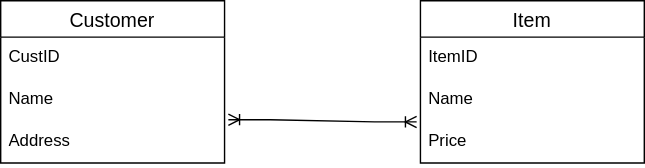
brendanpshea/database_sql keeps this draw.io diagram as images/Wed_Crow_Simple.svg. Above is the earlier version. Source tidied: cells renumbered, new cells last; positions are measured from the earlier drawing's top-left corner, leaving out a move shared by most shapes.
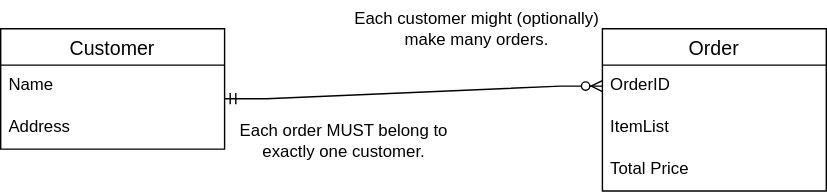
Later version of the same file.

The edit, as a diff of the source:
```diff
@@ -3,31 +3,36 @@
     <mxCell id="0" />
     <mxCell id="1" parent="0" />
     <mxCell id="2" value="Customer" style="swimlane;fontStyle=0;horizontal=1;startSize=26;align=center;fontSize=14;" parent="1" vertex="1">
-      <mxGeometry width="160" height="116" as="geometry" />
+      <mxGeometry x="-180" width="160" height="86" as="geometry" />
     </mxCell>
-    <mxCell id="3" value="CustID" style="text;strokeColor=none;fillColor=none;spacingLeft=4;spacingRight=4;overflow=hidden;fontSize=12;whiteSpace=wrap;html=1;" parent="2" vertex="1">
-      <mxGeometry y="26" width="160" height="30" as="geometry" />
-    </mxCell>
     <mxCell id="4" value="Name" style="text;strokeColor=none;fillColor=none;spacingLeft=4;spacingRight=4;overflow=hidden;fontSize=12;whiteSpace=wrap;html=1;" parent="2" vertex="1">
-      <mxGeometry y="56" width="160" height="30" as="geometry" />
+      <mxGeometry y="26" width="160" height="30" as="geometry" />
     </mxCell>
+    <mxCell id="11" style="edgeStyle=entityRelationEdgeStyle;fontSize=12;html=1;endArrow=ERzeroToMany;startArrow=ERmandOne;rounded=0;entryX=0;entryY=0.5;entryDx=0;entryDy=0;" parent="2" edge="1" target="8">
+      <mxGeometry relative="1" as="geometry">
+        <mxPoint x="160" y="50" as="sourcePoint" />
+      </mxGeometry>
+    </mxCell>
     <mxCell id="5" value="Address" style="text;strokeColor=none;fillColor=none;spacingLeft=4;spacingRight=4;overflow=hidden;points=[[0,0.5],[1,0.5]];portConstraint=eastwest;fontSize=12;whiteSpace=wrap;html=1;" parent="2" vertex="1">
-      <mxGeometry y="86" width="160" height="30" as="geometry" />
+      <mxGeometry y="56" width="160" height="30" as="geometry" />
     </mxCell>
-    <mxCell id="6" value="Item" style="swimlane;fontStyle=0;horizontal=1;startSize=26;align=center;fontSize=14;" parent="1" vertex="1">
-      <mxGeometry x="300" width="160" height="116" as="geometry" />
+    <mxCell id="6" value="Order" style="swimlane;fontStyle=0;horizontal=1;startSize=26;align=center;fontSize=14;" parent="1" vertex="1">
+      <mxGeometry x="250" width="160" height="116" as="geometry" />
     </mxCell>
-    <mxCell id="7" value="ItemID" style="text;strokeColor=none;fillColor=none;spacingLeft=4;spacingRight=4;overflow=hidden;fontSize=12;whiteSpace=wrap;html=1;" parent="6" vertex="1">
-      <mxGeometry y="26" width="160" height="30" as="geometry" />
-    </mxCell>
-    <mxCell id="8" value="Name" style="text;strokeColor=none;fillColor=none;spacingLeft=4;spacingRight=4;overflow=hidden;points=[[0,0.5],[1,0.5]];portConstraint=eastwest;fontSize=12;whiteSpace=wrap;html=1;" parent="6" vertex="1">
-      <mxGeometry y="56" width="160" height="30" as="geometry" />
+    <mxCell id="8" value="OrderID" style="text;strokeColor=none;fillColor=none;spacingLeft=4;spacingRight=4;overflow=hidden;points=[[0,0.5],[1,0.5]];portConstraint=eastwest;fontSize=12;whiteSpace=wrap;html=1;" parent="6" vertex="1">
+      <mxGeometry y="26" width="160" height="30" as="geometry" />
     </mxCell>
-    <mxCell id="9" value="Price" style="text;strokeColor=none;fillColor=none;spacingLeft=4;spacingRight=4;overflow=hidden;points=[[0,0.5],[1,0.5]];portConstraint=eastwest;fontSize=12;whiteSpace=wrap;html=1;" parent="6" vertex="1">
-      <mxGeometry y="86" width="160" height="30" as="geometry" />
+    <mxCell id="9" value="ItemList" style="text;strokeColor=none;fillColor=none;spacingLeft=4;spacingRight=4;overflow=hidden;points=[[0,0.5],[1,0.5]];portConstraint=eastwest;fontSize=12;whiteSpace=wrap;html=1;" parent="6" vertex="1">
+      <mxGeometry y="56" width="160" height="30" as="geometry" />
     </mxCell>
-    <mxCell id="10" style="edgeStyle=entityRelationEdgeStyle;fontSize=12;html=1;endArrow=ERoneToMany;startArrow=ERoneToMany;rounded=0;entryX=-0.017;entryY=0.02;entryDx=0;entryDy=0;entryPerimeter=0;exitX=1.017;exitY=-0.033;exitDx=0;exitDy=0;exitPerimeter=0;" parent="1" edge="1" source="5" target="9">
-      <mxGeometry relative="1" as="geometry" />
-    </mxCell>
+    <mxCell id="12" value="Total Price" style="text;strokeColor=none;fillColor=none;spacingLeft=4;spacingRight=4;overflow=hidden;fontSize=12;whiteSpace=wrap;html=1;" parent="6" vertex="1">
+      <mxGeometry y="86" width="160" height="30" as="geometry" />
+    </mxCell>
+    <mxCell id="13" value="Each customer might (optionally) &lt;br&gt;make many orders." style="text;html=1;align=center;verticalAlign=middle;strokeColor=none;fillColor=none;" parent="1" vertex="1">
+      <mxGeometry x="60" y="-20" width="200" height="40" as="geometry" />
+    </mxCell>
+    <mxCell id="14" value="Each order MUST belong to &lt;br&gt;exactly one customer." style="text;html=1;align=center;verticalAlign=middle;strokeColor=none;fillColor=none;" parent="1" vertex="1">
+      <mxGeometry x="-20" y="60" width="170" height="40" as="geometry" />
+    </mxCell>
   </root>
 </mxGraphModel>
```
